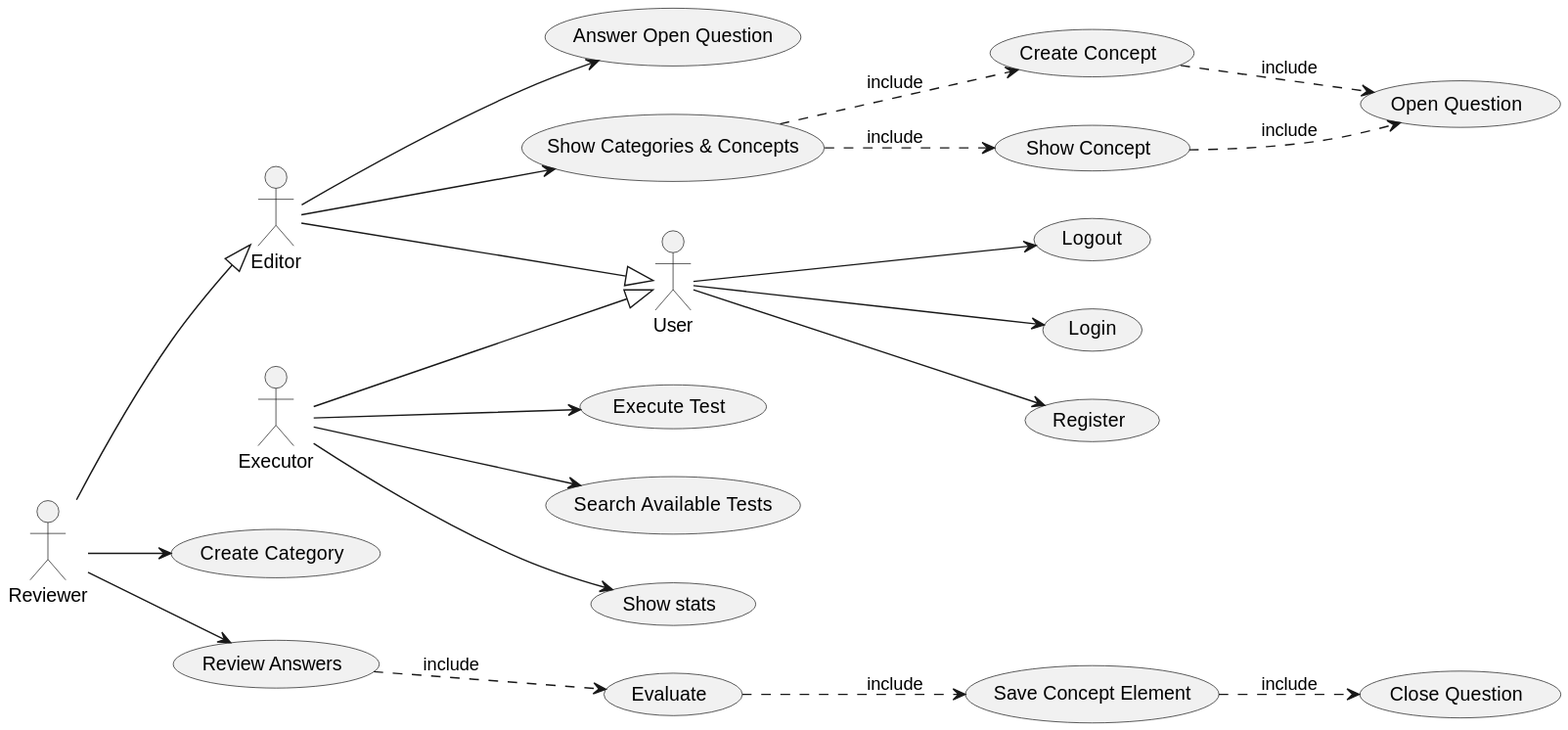
This is out/doc/useCases_app/useCases_app.svg from Joselon/ProyectoOpoTest, a PlantUML export, as it was before one commit.
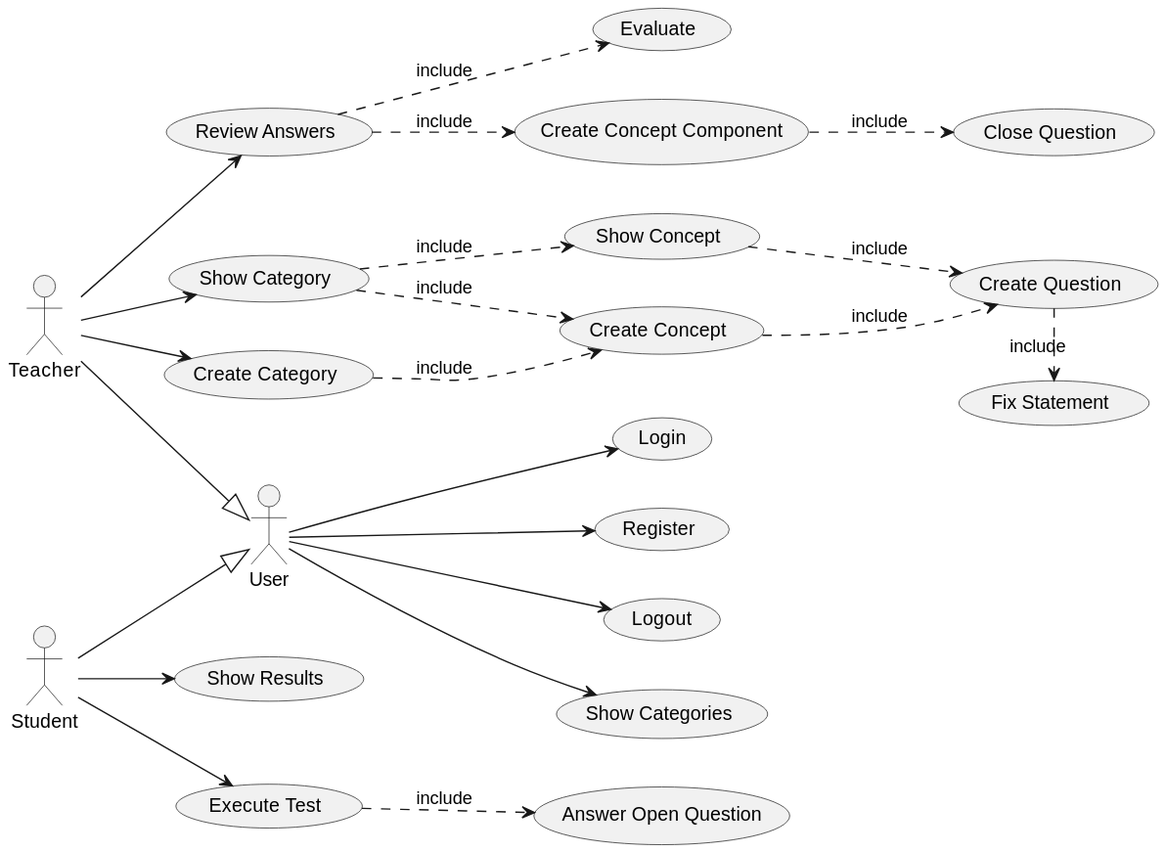
Above is the later version.

Change to the diagram source:
```diff
@@ -1,53 +1,55 @@
 @startuml useCases_app
 left to right direction
 actor User
-actor Editor
-actor Reviewer
+actor Teacher
+actor Student
 usecase "Login" as login
 usecase "Register" as register
 usecase "Logout" as logout
 
-usecase "Show Categories & Concepts" as showCat
+usecase "Show Categories" as showCats
+usecase "Show Category" as showCat
 usecase "Show Concept" as showCon
 usecase "Create Concept" as createConcept
-usecase "Open Question" as createQ
+usecase "Create Question" as createQ
+usecase "Fix Statement" as fixQ
 usecase "Close Question" as closeQ
 
-usecase "Search Available Tests" as searchT
-usecase "Show stats" as stats
+usecase "Show Results" as showRes
 usecase "Execute Test" as execT
 
 usecase "Create Category" as createCat
 usecase "Answer Open Question" as answerQ
 usecase "Evaluate" as eval
 usecase "Review Answers" as reviewQ
-usecase "Save Concept Element" as saveToC
+usecase "Create Concept Component" as createCC
 
+User --> login
+User --> register
+User --> logout
+User --> showCats
 
-Editor --|> User
-Reviewer --|> Editor
-Executor --|> User
+Teacher --|> User
+Student --|> User
 
-Editor --> showCat
+Teacher --> showCat
  showCat ..> showCon: include
  showCat ..> createConcept : include
  createConcept ..> createQ : include
  showCon ..> createQ : include
-Editor --> answerQ
+ createQ .> fixQ :include
+Teacher --> createCat
+ createCat ..> createConcept :include
+Teacher --> reviewQ
+ reviewQ ..> eval :include
+ reviewQ ..> createCC :include
+ createCC ..> closeQ :include
 
-User --> login
-User --> register
-User --> logout
+Student --> showRes
+Student --> execT
+ execT ..> answerQ  :include
 
-Executor --> searchT
-Executor --> stats
-Executor --> execT
 
-Reviewer --> createCat
-Reviewer --> reviewQ
-    reviewQ ..> eval :include
-    eval ..> saveToC :include
-    saveToC ..> closeQ :include
 
 
 @enduml
```
